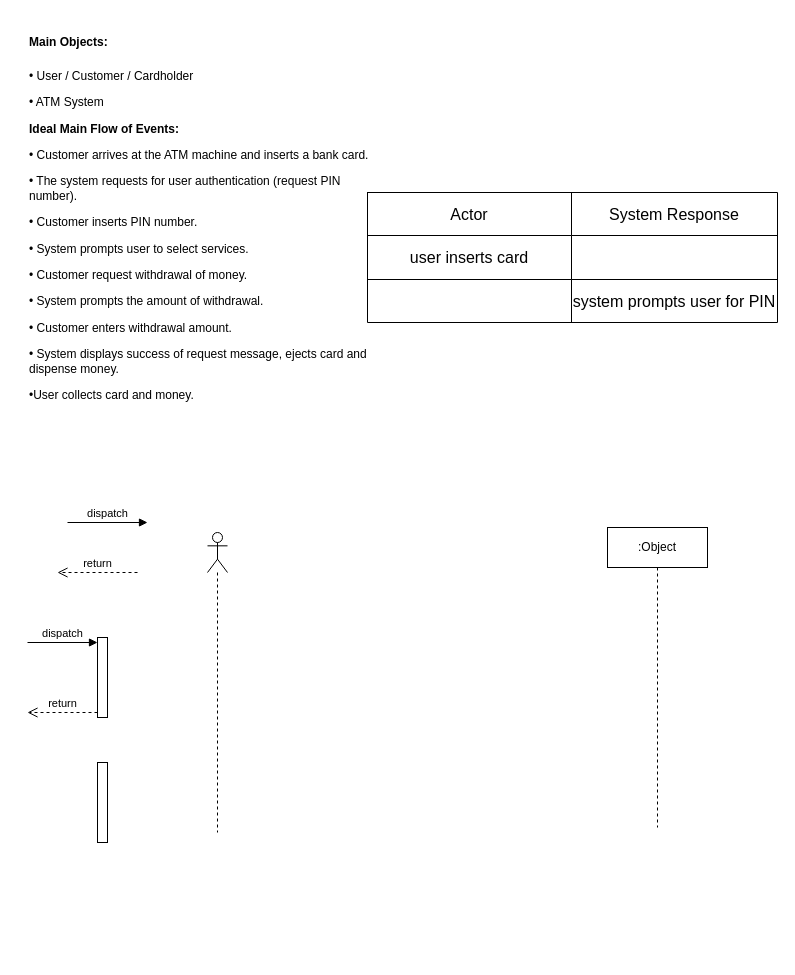
natasha-kiara/use-case-diagrams keeps this draw.io diagram as finals-sequence-diagram.drawio. Above is the earlier version. Source tidied: cells renumbered, new cells numbered last; positions are measured from the earlier drawing's top-left corner, leaving out a move shared by most shapes. Both pictures are drawn from the tidied source at 100%, with x=0, y=0 at pixel (27, 17).
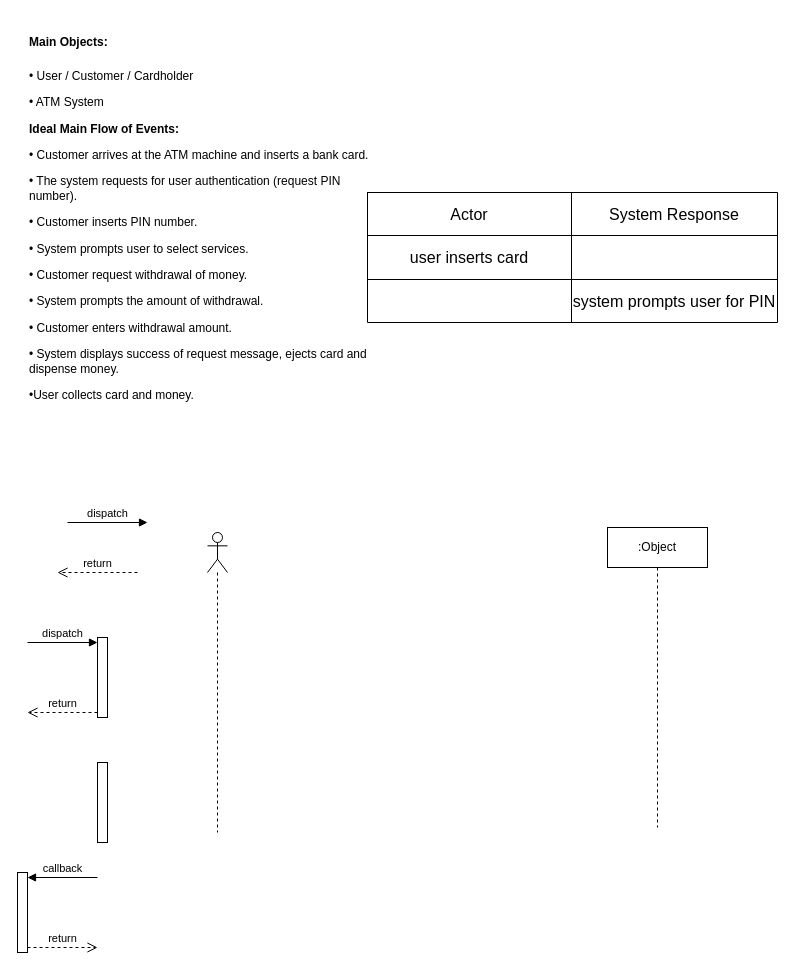
The same diagram, later.

Diff of the diagram source:
```diff
@@
+    <mxCell id="21" style="html=1;points=[[0,0,0,0,5],[0,1,0,0,-5],[1,0,0,0,5],[1,1,0,0,-5]];perimeter=orthogonalPerimeter;outlineConnect=0;targetShapes=umlLifeline;portConstraint=eastwest;newEdgeStyle={&quot;curved&quot;:0,&quot;rounded&quot;:0};" parent="1" vertex="1">
+      <mxGeometry x="-10" y="855" width="10" height="80" as="geometry" />
+    </mxCell>
+    <mxCell id="22" value="callback" style="html=1;verticalAlign=bottom;endArrow=block;curved=0;rounded=0;entryX=1;entryY=0;entryDx=0;entryDy=5;" parent="1" edge="1" target="21">
+      <mxGeometry relative="1" as="geometry">
+        <mxPoint x="70" y="860" as="sourcePoint" />
+      </mxGeometry>
+    </mxCell>
+    <mxCell id="23" value="return" style="html=1;verticalAlign=bottom;endArrow=open;dashed=1;endSize=8;curved=0;rounded=0;exitX=1;exitY=1;exitDx=0;exitDy=-5;" parent="1" edge="1" source="21">
+      <mxGeometry relative="1" as="geometry">
+        <mxPoint x="70" y="930" as="targetPoint" />
+      </mxGeometry>
+    </mxCell>
```
